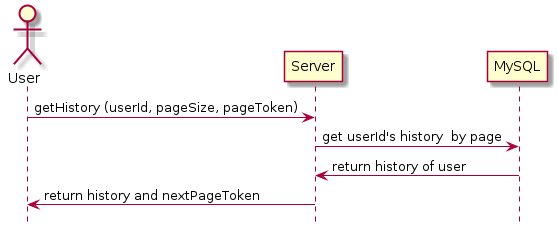
The PlantUML diagram media/sequence-diagrams/view-history/view-history.png in noradomi/foo-app, before a commit. Its diagram source:
```plantuml
@startuml view-history
hide footbox
actor "User"
"User" -> "Server": getHistory (userId, pageSize, pageToken)
"Server" -> "MySQL": get userId's history  by page
"MySQL" -> "Server": return history of user
"Server" -> "User": return history and nextPageToken
@enduml
```
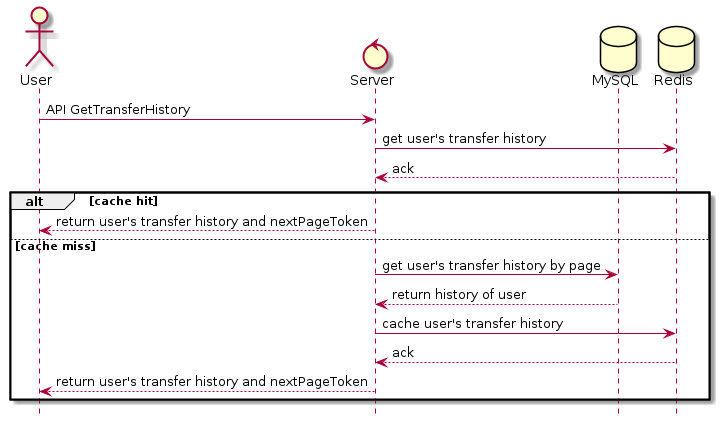
The same file after the commit.

What changed in the source:
```diff
@@ -1,8 +1,19 @@
 @startuml view-history
 hide footbox
 actor "User"
-"User" -> "Server": getHistory (userId, pageSize, pageToken)
-"Server" -> "MySQL": get userId's history  by page
-"MySQL" -> "Server": return history of user
-"Server" -> "User": return history and nextPageToken
+control "Server"
+database "MySQL"
+database "Redis"
+"User" -> "Server": API GetTransferHistory
+"Server" -> "Redis": get user's transfer history
+"Redis" --> "Server": ack
+alt cache hit
+"Server" --> "User": return user's transfer history and nextPageToken
+else cache miss
+"Server" -> "MySQL": get user's transfer history by page
+"MySQL" --> "Server": return history of user
+"Server" -> "Redis": cache user's transfer history
+"Redis" --> "Server": ack
+"Server" --> "User": return user's transfer history and nextPageToken
+end
 @enduml
```
